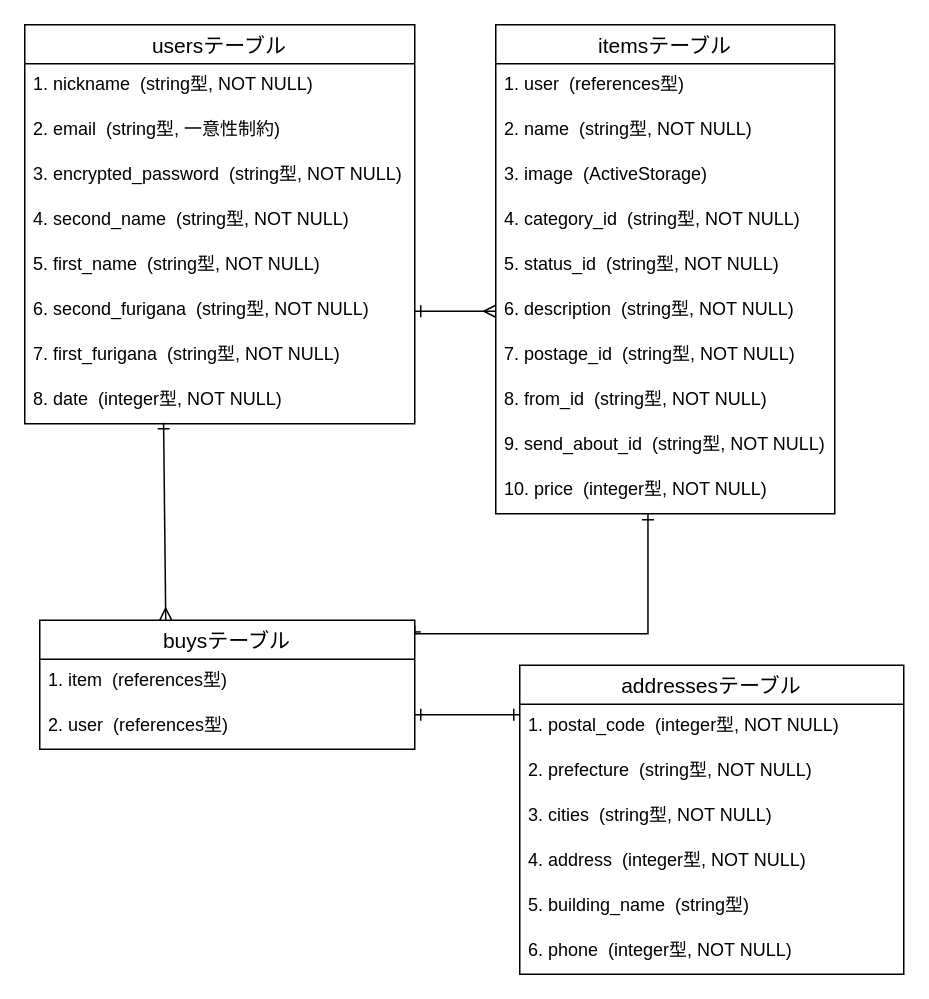
The draw.io diagram furima-er.dio in itokanta/furima-35084, before the edit. Source tidied: cells renumbered, new cells numbered last; positions are measured from the earlier drawing's top-left corner, leaving out a move shared by most shapes. Both pictures are drawn from the tidied source at 150%, with x=0, y=0 at pixel (24, 24).
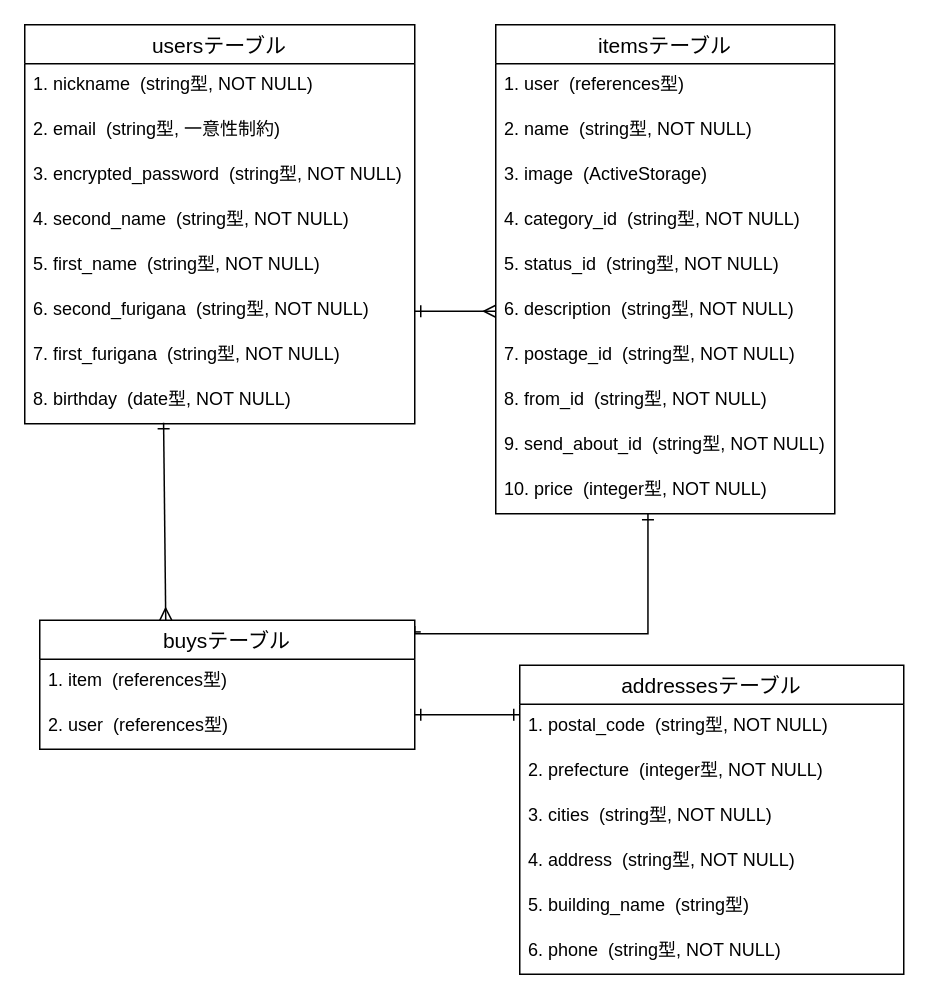
The same page after the edit.

The change refers to these unchanged cells:
```xml
<mxCell id="2" value="usersテーブル" style="swimlane;fontStyle=0;horizontal=1;startSize=26;align=center;fontSize=14;" parent="1" vertex="1">
  <mxGeometry width="260" height="266" as="geometry" />
</mxCell>
<mxCell id="29" value="addressesテーブル" style="swimlane;fontStyle=0;horizontal=1;startSize=26;align=center;fontSize=14;" parent="1" vertex="1">
  <mxGeometry x="330" y="427" width="256" height="206" as="geometry" />
</mxCell>
```

What changed in the source:
```diff
@@
-    <mxCell id="10" value="8. date  (integer型, NOT NULL)" style="text;strokeColor=none;fillColor=none;spacingLeft=4;spacingRight=4;overflow=hidden;points=[[0,0.5],[1,0.5]];portConstraint=eastwest;fontSize=12;" parent="2" vertex="1">
+    <mxCell id="10" value="8. birthday  (date型, NOT NULL)" style="text;strokeColor=none;fillColor=none;spacingLeft=4;spacingRight=4;overflow=hidden;points=[[0,0.5],[1,0.5]];portConstraint=eastwest;fontSize=12;" parent="2" vertex="1">
       <mxGeometry y="236" width="260" height="30" as="geometry" />
     </mxCell>
@@
-    <mxCell id="30" value="1. postal_code  (integer型, NOT NULL)" style="text;strokeColor=none;fillColor=none;spacingLeft=4;spacingRight=4;overflow=hidden;points=[[0,0.5],[1,0.5]];portConstraint=eastwest;fontSize=12;" parent="29" vertex="1">
+    <mxCell id="30" value="1. postal_code  (string型, NOT NULL)" style="text;strokeColor=none;fillColor=none;spacingLeft=4;spacingRight=4;overflow=hidden;points=[[0,0.5],[1,0.5]];portConstraint=eastwest;fontSize=12;" parent="29" vertex="1">
       <mxGeometry y="26" width="256" height="30" as="geometry" />
     </mxCell>
-    <mxCell id="31" value="2. prefecture  (string型, NOT NULL)" style="text;strokeColor=none;fillColor=none;spacingLeft=4;spacingRight=4;overflow=hidden;fontSize=12;" parent="29" vertex="1">
+    <mxCell id="31" value="2. prefecture  (integer型, NOT NULL)" style="text;strokeColor=none;fillColor=none;spacingLeft=4;spacingRight=4;overflow=hidden;fontSize=12;" parent="29" vertex="1">
       <mxGeometry y="56" width="256" height="30" as="geometry" />
     </mxCell>
@@
-    <mxCell id="33" value="4. address  (integer型, NOT NULL)" style="text;strokeColor=none;fillColor=none;spacingLeft=4;spacingRight=4;overflow=hidden;fontSize=12;" parent="29" vertex="1">
+    <mxCell id="33" value="4. address  (string型, NOT NULL)" style="text;strokeColor=none;fillColor=none;spacingLeft=4;spacingRight=4;overflow=hidden;fontSize=12;" parent="29" vertex="1">
       <mxGeometry y="116" width="256" height="30" as="geometry" />
     </mxCell>
@@
-    <mxCell id="35" value="6. phone  (integer型, NOT NULL)" style="text;strokeColor=none;fillColor=none;spacingLeft=4;spacingRight=4;overflow=hidden;fontSize=12;" parent="29" vertex="1">
+    <mxCell id="35" value="6. phone  (string型, NOT NULL)" style="text;strokeColor=none;fillColor=none;spacingLeft=4;spacingRight=4;overflow=hidden;fontSize=12;" parent="29" vertex="1">
       <mxGeometry y="176" width="256" height="30" as="geometry" />
     </mxCell>
```
